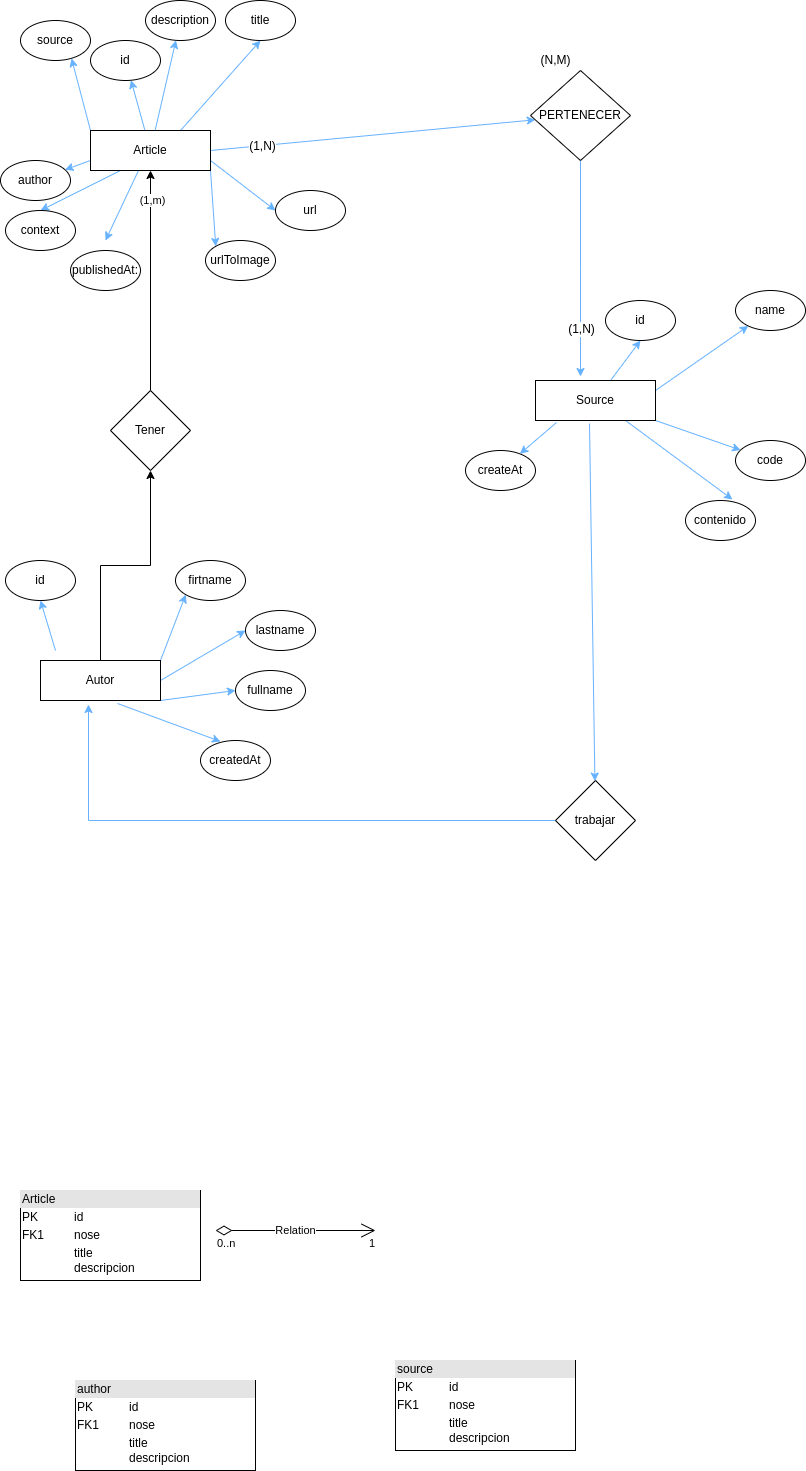
Before: info.png, a diagram exported from draw.io (santy-ramirez/basededatos). Source tidied: cells renumbered, new cells last; positions are measured from the earlier drawing's top-left corner, leaving out a move shared by most shapes.
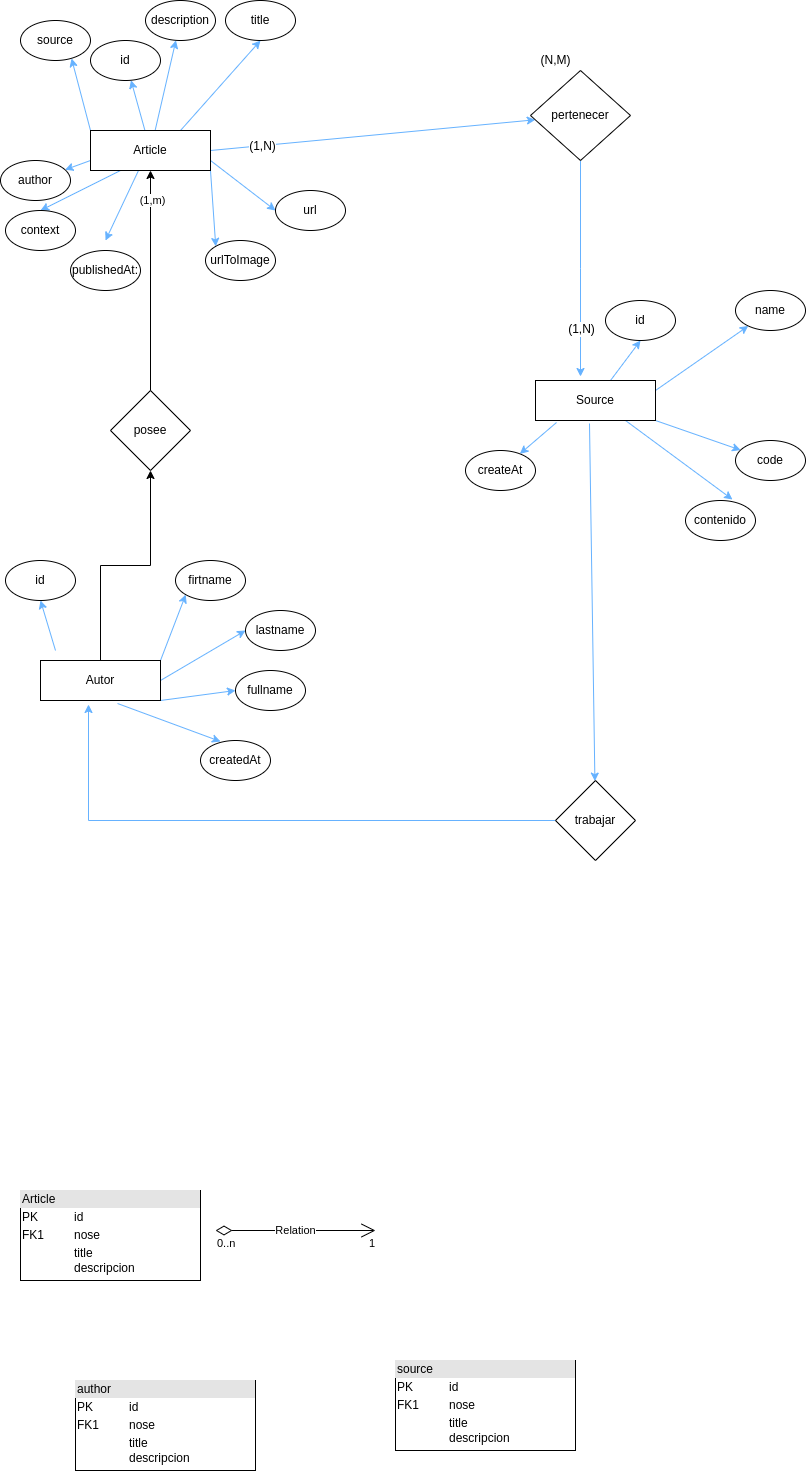
Later version of the same file.

Change to the diagram source:
```diff
@@ -147,7 +147,7 @@
     <mxCell id="48" value="(1,N)" style="edgeLabel;html=1;align=center;verticalAlign=middle;fontSize=12;fontFamily=Helvetica;rounded=0;" parent="47" vertex="1">
       <mxGeometry x="0.56" relative="1" as="geometry" />
     </mxCell>
-    <mxCell id="49" value="PERTENECER" style="rhombus;whiteSpace=wrap;html=1;rounded=0;glass=0;strokeWidth=1;shadow=0;" parent="1" vertex="1">
+    <mxCell id="49" value="pertenecer" style="rhombus;whiteSpace=wrap;html=1;rounded=0;glass=0;strokeWidth=1;shadow=0;" parent="1" vertex="1">
       <mxGeometry x="530" y="70" width="100" height="90" as="geometry" />
     </mxCell>
     <mxCell id="50" value="(N,M)" style="text;html=1;align=center;verticalAlign=middle;strokeColor=none;fillColor=none;fontSize=12;fontFamily=Helvetica;rounded=0;" parent="1" vertex="1">
@@ -198,7 +198,7 @@
     <mxCell id="60" value="(1,m)" style="edgeLabel;html=1;align=center;verticalAlign=middle;" parent="59" vertex="1">
       <mxGeometry x="0.79" y="-1" relative="1" as="geometry" />
     </mxCell>
-    <mxCell id="61" value="Tener" style="rhombus;whiteSpace=wrap;html=1;rounded=0;glass=0;strokeWidth=1;shadow=0;" parent="1" vertex="1">
+    <mxCell id="61" value="posee" style="rhombus;whiteSpace=wrap;html=1;rounded=0;glass=0;strokeWidth=1;shadow=0;" parent="1" vertex="1">
       <mxGeometry x="110" y="390" width="80" height="80" as="geometry" />
     </mxCell>
   </root>
```
